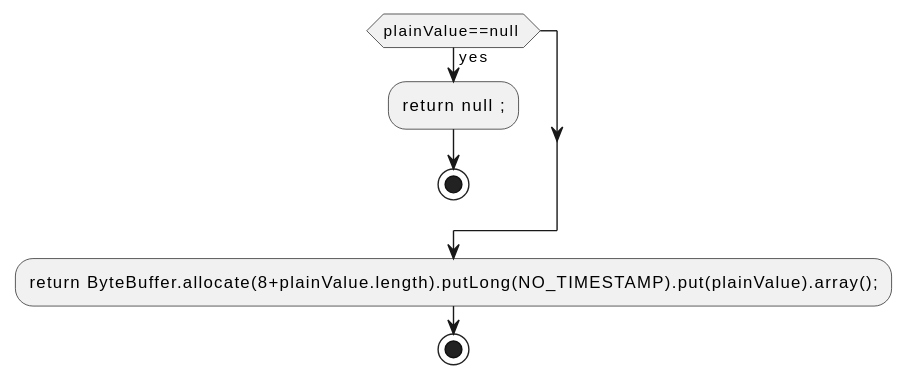
Above: docs/qc/streams/src/main/java/org/apache/kafka/streams/state/TimestampedBytesStore.java.fct.svg in qualitesys/kafka (PlantUML), before the change. Its diagram source:
```plantuml
@startuml
!pragma layout smetana
if (plainValue==null ) then (yes)
:return null ;;
stop
endif
:return ByteBuffer.allocate(8+plainValue.length).putLong(NO_TIMESTAMP).put(plainValue).array();;
stop
@enduml
```
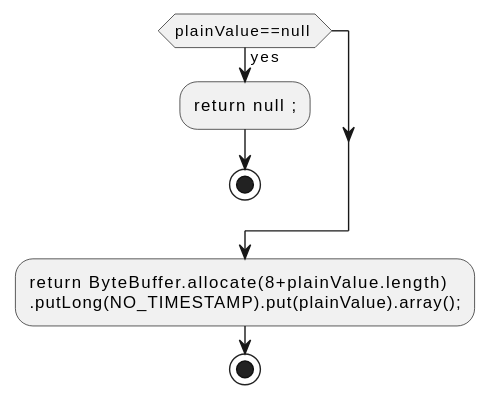
After the change.

Diff of the diagram source:
```diff
@@ -4,6 +4,7 @@
 :return null ;;
 stop
 endif
-:return ByteBuffer.allocate(8+plainValue.length).putLong(NO_TIMESTAMP).put(plainValue).array();;
+:return ByteBuffer.allocate(8+plainValue.length)
+.putLong(NO_TIMESTAMP).put(plainValue).array();;
 stop
 @enduml
```
